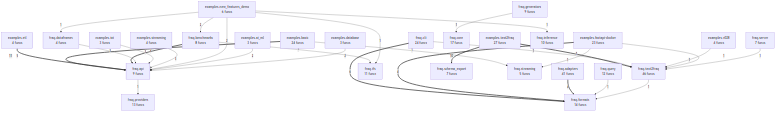
Earlier version of the Mermaid export project/compact_flow.png (wronai/fraq). Its source is kept beside it as project/compact_flow.mmd.
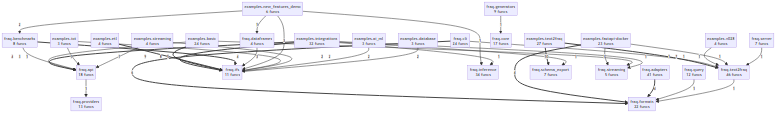
Above is the later version.

What changed in the source:
```diff
@@ -4,53 +4,61 @@
     examples_database["examples.database<br/>3 funcs"]
     examples_etl["examples.etl<br/>4 funcs"]
     examples_fastapi_docker["examples.fastapi-docker<br/>23 funcs"]
+    examples_integrations["examples.integrations<br/>32 funcs"]
     examples_iot["examples.iot<br/>3 funcs"]
     examples_new_features_demo["examples.new_features_demo<br/>6 funcs"]
     examples_streaming["examples.streaming<br/>4 funcs"]
     examples_text2fraq["examples.text2fraq<br/>27 funcs"]
     examples_v028["examples.v028<br/>4 funcs"]
     fraq_adapters["fraq.adapters<br/>41 funcs"]
-    fraq_api["fraq.api<br/>9 funcs"]
+    fraq_api["fraq.api<br/>18 funcs"]
     fraq_benchmarks["fraq.benchmarks<br/>8 funcs"]
     fraq_cli["fraq.cli<br/>24 funcs"]
     fraq_core["fraq.core<br/>17 funcs"]
     fraq_dataframes["fraq.dataframes<br/>4 funcs"]
-    fraq_formats["fraq.formats<br/>14 funcs"]
+    fraq_formats["fraq.formats<br/>22 funcs"]
     fraq_generators["fraq.generators<br/>9 funcs"]
     fraq_ifs["fraq.ifs<br/>11 funcs"]
-    fraq_inference["fraq.inference<br/>10 funcs"]
+    fraq_inference["fraq.inference<br/>34 funcs"]
     fraq_providers["fraq.providers<br/>13 funcs"]
     fraq_query["fraq.query<br/>12 funcs"]
     fraq_schema_export["fraq.schema_export<br/>7 funcs"]
     fraq_server["fraq.server<br/>7 funcs"]
     fraq_streaming["fraq.streaming<br/>5 funcs"]
     fraq_text2fraq["fraq.text2fraq<br/>46 funcs"]
-    examples_basic ==>|11| fraq_api
     examples_text2fraq ==>|10| fraq_schema_export
+    examples_integrations ==>|9| fraq_ifs
+    examples_basic ==>|8| fraq_ifs
     examples_text2fraq ==>|7| fraq_text2fraq
     fraq_cli ==>|6| fraq_formats
-    examples_etl ==>|5| fraq_api
-    fraq_benchmarks ==>|4| fraq_api
+    examples_etl ==>|5| fraq_ifs
+    fraq_benchmarks ==>|4| fraq_ifs
     examples_fastapi_docker ==>|4| fraq_formats
+    examples_integrations ==>|4| fraq_api
     fraq_adapters ==>|4| fraq_formats
-    fraq_dataframes -->|3| fraq_api
-    examples_iot -->|3| fraq_api
-    examples_streaming -->|3| fraq_api
-    examples_new_features_demo -->|2| fraq_api
+    fraq_dataframes -->|3| fraq_ifs
+    examples_new_features_demo -->|3| fraq_ifs
+    examples_basic -->|3| fraq_api
     examples_new_features_demo -->|2| fraq_benchmarks
-    examples_ai_ml -->|2| fraq_api
-    examples_database -->|2| fraq_api
+    examples_iot -->|2| fraq_ifs
+    examples_streaming -->|2| fraq_ifs
+    examples_ai_ml -->|2| fraq_ifs
+    examples_database -->|2| fraq_ifs
     fraq_cli -->|1| fraq_text2fraq
+    fraq_benchmarks -->|1| fraq_api
+    fraq_generators -->|1| fraq_core
     fraq_api -->|1| fraq_providers
-    fraq_benchmarks -->|1| fraq_ifs
-    fraq_generators -->|1| fraq_core
     fraq_query -->|1| fraq_formats
     examples_new_features_demo -->|1| fraq_dataframes
-    examples_new_features_demo -->|1| fraq_ifs
     examples_new_features_demo -->|1| fraq_inference
+    examples_iot -->|1| fraq_api
+    examples_streaming -->|1| fraq_api
     examples_v028 -->|1| fraq_text2fraq
-    examples_basic -->|1| fraq_streaming
     examples_fastapi_docker -->|1| fraq_text2fraq
     examples_fastapi_docker -->|1| fraq_streaming
+    examples_basic -->|1| fraq_streaming
+    examples_integrations -->|1| fraq_schema_export
+    examples_integrations -->|1| fraq_streaming
+    examples_integrations -->|1| fraq_inference
     fraq_text2fraq -->|1| fraq_formats
     fraq_server -->|1| fraq_text2fraq
```
